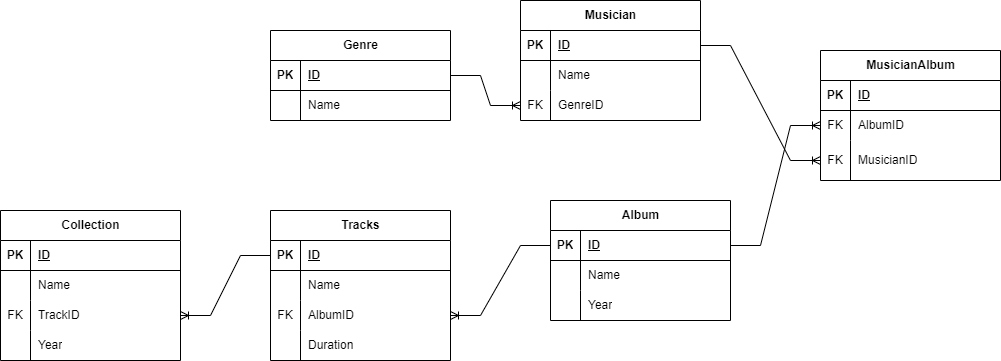
Earlier version of the draw.io export MusicBD.drawio.png (Ivanchishin/homeworkDB). Source tidied: cells renumbered, new cells last; positions are measured from the earlier drawing's top-left corner, leaving out a move shared by most shapes.
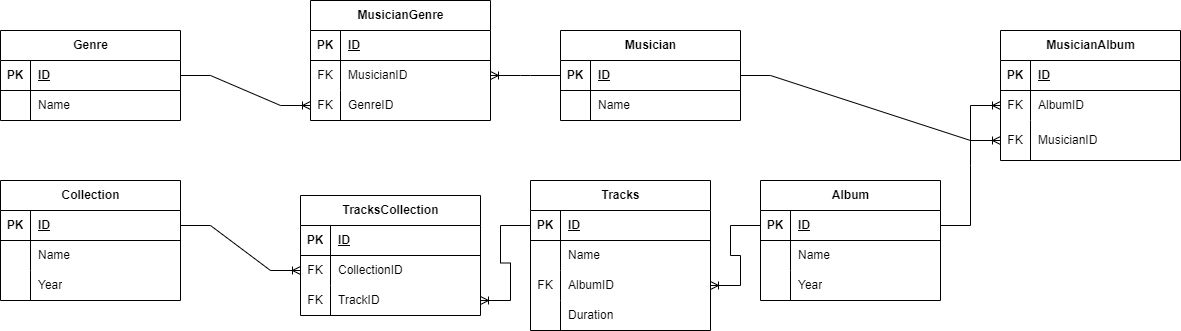
After the change.

Change to the diagram source:
```diff
@@ -3,7 +3,7 @@
     <mxCell id="0" />
     <mxCell id="1" parent="0" />
     <mxCell id="2" value="Genre" style="shape=table;startSize=30;rowLines=0;fontStyle=1;align=center;html=1;" parent="1" vertex="1">
-      <mxGeometry x="270" y="30" width="180" height="90" as="geometry" />
+      <mxGeometry x="-210" y="50" width="180" height="90" as="geometry" />
     </mxCell>
     <mxCell id="3" style="shape=tableRow;horizontal=0;startSize=0;swimlaneHead=0;swimlaneBody=0;fillColor=none;points=[[0,0.5],[1,0.5]];portConstraint=eastwest;top=0;left=0;right=0;bottom=1;" parent="2" vertex="1">
       <mxGeometry y="30" width="180" height="30" as="geometry" />
@@ -24,7 +24,7 @@
       <mxGeometry x="30" width="150" height="30" as="geometry" />
     </mxCell>
     <mxCell id="9" value="Musician" style="shape=table;startSize=30;rowLines=0;fontStyle=1;align=center;html=1;" parent="1" vertex="1">
-      <mxGeometry x="520" width="180" height="120" as="geometry" />
+      <mxGeometry x="350" y="50" width="180" height="90" as="geometry" />
     </mxCell>
     <mxCell id="10" style="shape=tableRow;horizontal=0;startSize=0;swimlaneHead=0;swimlaneBody=0;fillColor=none;points=[[0,0.5],[1,0.5]];portConstraint=eastwest;top=0;left=0;right=0;bottom=1;" parent="9" vertex="1">
       <mxGeometry y="30" width="180" height="30" as="geometry" />
@@ -44,17 +44,8 @@
     <mxCell id="15" value="Name" style="shape=partialRectangle;fillColor=none;top=0;left=0;bottom=0;right=0;align=left;spacingLeft=6;overflow=hidden;whiteSpace=wrap;html=1;" parent="13" vertex="1">
       <mxGeometry x="30" width="150" height="30" as="geometry" />
     </mxCell>
-    <mxCell id="16" style="shape=tableRow;horizontal=0;startSize=0;swimlaneHead=0;swimlaneBody=0;fillColor=none;points=[[0,0.5],[1,0.5]];portConstraint=eastwest;top=0;left=0;right=0;bottom=0;" parent="9" vertex="1">
-      <mxGeometry y="90" width="180" height="30" as="geometry" />
-    </mxCell>
-    <mxCell id="17" value="FK" style="shape=partialRectangle;fillColor=none;top=0;left=0;bottom=0;right=0;overflow=hidden;whiteSpace=wrap;html=1;" parent="16" vertex="1">
-      <mxGeometry width="30" height="30" as="geometry" />
-    </mxCell>
-    <mxCell id="18" value="GenreID" style="shape=partialRectangle;fillColor=none;top=0;left=0;bottom=0;right=0;align=left;spacingLeft=6;overflow=hidden;whiteSpace=wrap;html=1;" parent="16" vertex="1">
-      <mxGeometry x="30" width="150" height="30" as="geometry" />
-    </mxCell>
     <mxCell id="19" value="Tracks" style="shape=table;startSize=30;rowLines=0;fontStyle=1;align=center;html=1;" parent="1" vertex="1">
-      <mxGeometry x="270" y="210" width="180" height="150" as="geometry" />
+      <mxGeometry x="320" y="200" width="180" height="150" as="geometry" />
     </mxCell>
     <mxCell id="20" style="shape=tableRow;horizontal=0;startSize=0;swimlaneHead=0;swimlaneBody=0;fillColor=none;points=[[0,0.5],[1,0.5]];portConstraint=eastwest;top=0;left=0;right=0;bottom=1;" parent="19" vertex="1">
       <mxGeometry y="30" width="180" height="30" as="geometry" />
@@ -123,7 +114,7 @@
       <mxGeometry x="30" width="150" height="30" as="geometry" />
     </mxCell>
     <mxCell id="42" value="Collection" style="shape=table;startSize=30;rowLines=0;fontStyle=1;align=center;html=1;" parent="1" vertex="1">
-      <mxGeometry y="210" width="180" height="150" as="geometry" />
+      <mxGeometry x="-210" y="200" width="180" height="120" as="geometry" />
     </mxCell>
     <mxCell id="43" style="shape=tableRow;horizontal=0;startSize=0;swimlaneHead=0;swimlaneBody=0;fillColor=none;points=[[0,0.5],[1,0.5]];portConstraint=eastwest;top=0;left=0;right=0;bottom=1;" parent="42" vertex="1">
       <mxGeometry y="30" width="180" height="30" as="geometry" />
@@ -143,17 +134,8 @@
     <mxCell id="48" value="Name" style="shape=partialRectangle;fillColor=none;top=0;left=0;bottom=0;right=0;align=left;spacingLeft=6;overflow=hidden;whiteSpace=wrap;html=1;" parent="46" vertex="1">
       <mxGeometry x="30" width="150" height="30" as="geometry" />
     </mxCell>
-    <mxCell id="49" style="shape=tableRow;horizontal=0;startSize=0;swimlaneHead=0;swimlaneBody=0;fillColor=none;points=[[0,0.5],[1,0.5]];portConstraint=eastwest;top=0;left=0;right=0;bottom=0;" parent="42" vertex="1">
-      <mxGeometry y="90" width="180" height="30" as="geometry" />
-    </mxCell>
-    <mxCell id="50" value="FK" style="shape=partialRectangle;fillColor=none;top=0;left=0;bottom=0;right=0;overflow=hidden;whiteSpace=wrap;html=1;" parent="49" vertex="1">
-      <mxGeometry width="30" height="30" as="geometry" />
-    </mxCell>
-    <mxCell id="51" value="TrackID" style="shape=partialRectangle;fillColor=none;top=0;left=0;bottom=0;right=0;align=left;spacingLeft=6;overflow=hidden;whiteSpace=wrap;html=1;" parent="49" vertex="1">
-      <mxGeometry x="30" width="150" height="30" as="geometry" />
-    </mxCell>
     <mxCell id="52" style="shape=tableRow;horizontal=0;startSize=0;swimlaneHead=0;swimlaneBody=0;fillColor=none;top=0;left=0;right=0;bottom=0;" parent="42" vertex="1">
-      <mxGeometry y="120" width="180" height="30" as="geometry" />
+      <mxGeometry y="90" width="180" height="30" as="geometry" />
     </mxCell>
     <mxCell id="53" style="shape=partialRectangle;fillColor=none;top=0;left=0;bottom=0;right=0;overflow=hidden;whiteSpace=wrap;html=1;" parent="52" vertex="1">
       <mxGeometry width="30" height="30" as="geometry" />
@@ -161,11 +143,11 @@
     <mxCell id="54" value="Year" style="shape=partialRectangle;fillColor=none;top=0;left=0;bottom=0;right=0;align=left;spacingLeft=6;overflow=hidden;whiteSpace=wrap;html=1;" parent="52" vertex="1">
       <mxGeometry x="30" width="150" height="30" as="geometry" />
     </mxCell>
-    <mxCell id="55" style="edgeStyle=entityRelationEdgeStyle;fontSize=12;html=1;endArrow=ERoneToMany;rounded=0;entryX=0;entryY=0.5;entryDx=0;entryDy=0;exitX=1;exitY=0.5;exitDx=0;exitDy=0;" parent="1" edge="1" source="3" target="16">
+    <mxCell id="55" style="edgeStyle=entityRelationEdgeStyle;fontSize=12;html=1;endArrow=ERoneToMany;rounded=0;entryX=0;entryY=0.5;entryDx=0;entryDy=0;exitX=1;exitY=0.5;exitDx=0;exitDy=0;" parent="1" edge="1" source="3" target="77">
       <mxGeometry relative="1" as="geometry" />
     </mxCell>
     <mxCell id="56" value="MusicianAlbum" style="shape=table;startSize=30;rowLines=0;fontStyle=1;align=center;html=1;" parent="1" vertex="1">
-      <mxGeometry x="820" y="50" width="180" height="130" as="geometry" />
+      <mxGeometry x="790" y="50" width="180" height="130" as="geometry" />
     </mxCell>
     <mxCell id="57" style="shape=tableRow;horizontal=0;startSize=0;swimlaneHead=0;swimlaneBody=0;fillColor=none;top=0;left=0;right=0;bottom=1;" parent="56" vertex="1">
       <mxGeometry y="30" width="180" height="30" as="geometry" />
@@ -200,11 +182,77 @@
     <mxCell id="67" style="edgeStyle=entityRelationEdgeStyle;fontSize=12;html=1;endArrow=ERoneToMany;rounded=0;entryX=0;entryY=0.5;entryDx=0;entryDy=0;exitX=1;exitY=0.5;exitDx=0;exitDy=0;" parent="1" edge="1" source="33" target="60">
       <mxGeometry relative="1" as="geometry" />
     </mxCell>
-    <mxCell id="68" style="edgeStyle=entityRelationEdgeStyle;fontSize=12;html=1;endArrow=ERoneToMany;rounded=0;exitX=0;exitY=0.5;exitDx=0;exitDy=0;entryX=1;entryY=0.5;entryDx=0;entryDy=0;" parent="1" edge="1" source="20" target="49">
+    <mxCell id="68" style="edgeStyle=entityRelationEdgeStyle;fontSize=12;html=1;endArrow=ERoneToMany;rounded=0;exitX=0;exitY=0.5;exitDx=0;exitDy=0;entryX=1;entryY=0.5;entryDx=0;entryDy=0;" parent="1" edge="1" source="20" target="87">
       <mxGeometry relative="1" as="geometry" />
     </mxCell>
     <mxCell id="69" style="edgeStyle=entityRelationEdgeStyle;fontSize=12;html=1;endArrow=ERoneToMany;rounded=0;exitX=0;exitY=0.5;exitDx=0;exitDy=0;entryX=1;entryY=0.5;entryDx=0;entryDy=0;" parent="1" edge="1" source="33" target="26">
       <mxGeometry relative="1" as="geometry" />
     </mxCell>
+    <mxCell id="70" value="MusicianGenre" style="shape=table;startSize=30;rowLines=0;fontStyle=1;align=center;html=1;" parent="1" vertex="1">
+      <mxGeometry x="100" y="20" width="180" height="120" as="geometry" />
+    </mxCell>
+    <mxCell id="71" style="shape=tableRow;horizontal=0;startSize=0;swimlaneHead=0;swimlaneBody=0;fillColor=none;top=0;left=0;right=0;bottom=1;" parent="70" vertex="1">
+      <mxGeometry y="30" width="180" height="30" as="geometry" />
+    </mxCell>
+    <mxCell id="72" value="PK" style="shape=partialRectangle;fillColor=none;top=0;left=0;bottom=0;right=0;fontStyle=1;overflow=hidden;whiteSpace=wrap;html=1;" parent="71" vertex="1">
+      <mxGeometry width="30" height="30" as="geometry" />
+    </mxCell>
+    <mxCell id="73" value="ID" style="shape=partialRectangle;fillColor=none;top=0;left=0;bottom=0;right=0;align=left;spacingLeft=6;fontStyle=5;overflow=hidden;whiteSpace=wrap;html=1;" parent="71" vertex="1">
+      <mxGeometry x="30" width="150" height="30" as="geometry" />
+    </mxCell>
+    <mxCell id="74" style="shape=tableRow;horizontal=0;startSize=0;swimlaneHead=0;swimlaneBody=0;fillColor=none;points=[[0,0.5],[1,0.5]];portConstraint=eastwest;top=0;left=0;right=0;bottom=0;" parent="70" vertex="1">
+      <mxGeometry y="60" width="180" height="30" as="geometry" />
+    </mxCell>
+    <mxCell id="75" value="FK" style="shape=partialRectangle;fillColor=none;top=0;left=0;bottom=0;right=0;overflow=hidden;whiteSpace=wrap;html=1;" parent="74" vertex="1">
+      <mxGeometry width="30" height="30" as="geometry" />
+    </mxCell>
+    <mxCell id="76" value="MusicianID" style="shape=partialRectangle;fillColor=none;top=0;left=0;bottom=0;right=0;align=left;spacingLeft=6;overflow=hidden;whiteSpace=wrap;html=1;" parent="74" vertex="1">
+      <mxGeometry x="30" width="150" height="30" as="geometry" />
+    </mxCell>
+    <mxCell id="77" style="shape=tableRow;horizontal=0;startSize=0;swimlaneHead=0;swimlaneBody=0;fillColor=none;points=[[0,0.5],[1,0.5]];portConstraint=eastwest;top=0;left=0;right=0;bottom=0;" parent="70" vertex="1">
+      <mxGeometry y="90" width="180" height="30" as="geometry" />
+    </mxCell>
+    <mxCell id="78" value="FK" style="shape=partialRectangle;fillColor=none;top=0;left=0;bottom=0;right=0;overflow=hidden;whiteSpace=wrap;html=1;" parent="77" vertex="1">
+      <mxGeometry width="30" height="30" as="geometry" />
+    </mxCell>
+    <mxCell id="18" value="GenreID" style="shape=partialRectangle;fillColor=none;top=0;left=0;bottom=0;right=0;align=left;spacingLeft=6;overflow=hidden;whiteSpace=wrap;html=1;" parent="77" vertex="1">
+      <mxGeometry x="30" width="150" height="30" as="geometry" />
+    </mxCell>
+    <mxCell id="79" style="edgeStyle=entityRelationEdgeStyle;fontSize=12;html=1;endArrow=ERoneToMany;rounded=0;entryX=1;entryY=0.5;entryDx=0;entryDy=0;exitX=0;exitY=0.5;exitDx=0;exitDy=0;" parent="1" edge="1" source="10" target="74">
+      <mxGeometry relative="1" as="geometry" />
+    </mxCell>
+    <mxCell id="80" value="TracksCollection" style="shape=table;startSize=30;rowLines=0;fontStyle=1;align=center;html=1;" parent="1" vertex="1">
+      <mxGeometry x="90" y="215" width="180" height="120" as="geometry" />
+    </mxCell>
+    <mxCell id="81" style="shape=tableRow;horizontal=0;startSize=0;swimlaneHead=0;swimlaneBody=0;fillColor=none;top=0;left=0;right=0;bottom=1;" parent="80" vertex="1">
+      <mxGeometry y="30" width="180" height="30" as="geometry" />
+    </mxCell>
+    <mxCell id="82" value="PK" style="shape=partialRectangle;fillColor=none;top=0;left=0;bottom=0;right=0;fontStyle=1;overflow=hidden;whiteSpace=wrap;html=1;" parent="81" vertex="1">
+      <mxGeometry width="30" height="30" as="geometry" />
+    </mxCell>
+    <mxCell id="83" value="ID" style="shape=partialRectangle;fillColor=none;top=0;left=0;bottom=0;right=0;align=left;spacingLeft=6;fontStyle=5;overflow=hidden;whiteSpace=wrap;html=1;" parent="81" vertex="1">
+      <mxGeometry x="30" width="150" height="30" as="geometry" />
+    </mxCell>
+    <mxCell id="84" style="shape=tableRow;horizontal=0;startSize=0;swimlaneHead=0;swimlaneBody=0;fillColor=none;points=[[0,0.5],[1,0.5]];portConstraint=eastwest;top=0;left=0;right=0;bottom=0;" parent="80" vertex="1">
+      <mxGeometry y="60" width="180" height="30" as="geometry" />
+    </mxCell>
+    <mxCell id="85" value="FK" style="shape=partialRectangle;fillColor=none;top=0;left=0;bottom=0;right=0;overflow=hidden;whiteSpace=wrap;html=1;" parent="84" vertex="1">
+      <mxGeometry width="30" height="30" as="geometry" />
+    </mxCell>
+    <mxCell id="86" value="CollectionID" style="shape=partialRectangle;fillColor=none;top=0;left=0;bottom=0;right=0;align=left;spacingLeft=6;overflow=hidden;whiteSpace=wrap;html=1;" parent="84" vertex="1">
+      <mxGeometry x="30" width="150" height="30" as="geometry" />
+    </mxCell>
+    <mxCell id="87" style="shape=tableRow;horizontal=0;startSize=0;swimlaneHead=0;swimlaneBody=0;fillColor=none;points=[[0,0.5],[1,0.5]];portConstraint=eastwest;top=0;left=0;right=0;bottom=0;" parent="80" vertex="1">
+      <mxGeometry y="90" width="180" height="30" as="geometry" />
+    </mxCell>
+    <mxCell id="88" value="FK" style="shape=partialRectangle;fillColor=none;top=0;left=0;bottom=0;right=0;overflow=hidden;whiteSpace=wrap;html=1;" parent="87" vertex="1">
+      <mxGeometry width="30" height="30" as="geometry" />
+    </mxCell>
+    <mxCell id="51" value="TrackID" style="shape=partialRectangle;fillColor=none;top=0;left=0;bottom=0;right=0;align=left;spacingLeft=6;overflow=hidden;whiteSpace=wrap;html=1;" parent="87" vertex="1">
+      <mxGeometry x="30" width="150" height="30" as="geometry" />
+    </mxCell>
+    <mxCell id="89" style="edgeStyle=entityRelationEdgeStyle;fontSize=12;html=1;endArrow=ERoneToMany;rounded=0;exitX=1;exitY=0.5;exitDx=0;exitDy=0;entryX=0;entryY=0.5;entryDx=0;entryDy=0;" parent="1" edge="1" source="43" target="84">
+      <mxGeometry relative="1" as="geometry" />
+    </mxCell>
   </root>
 </mxGraphModel>
```
